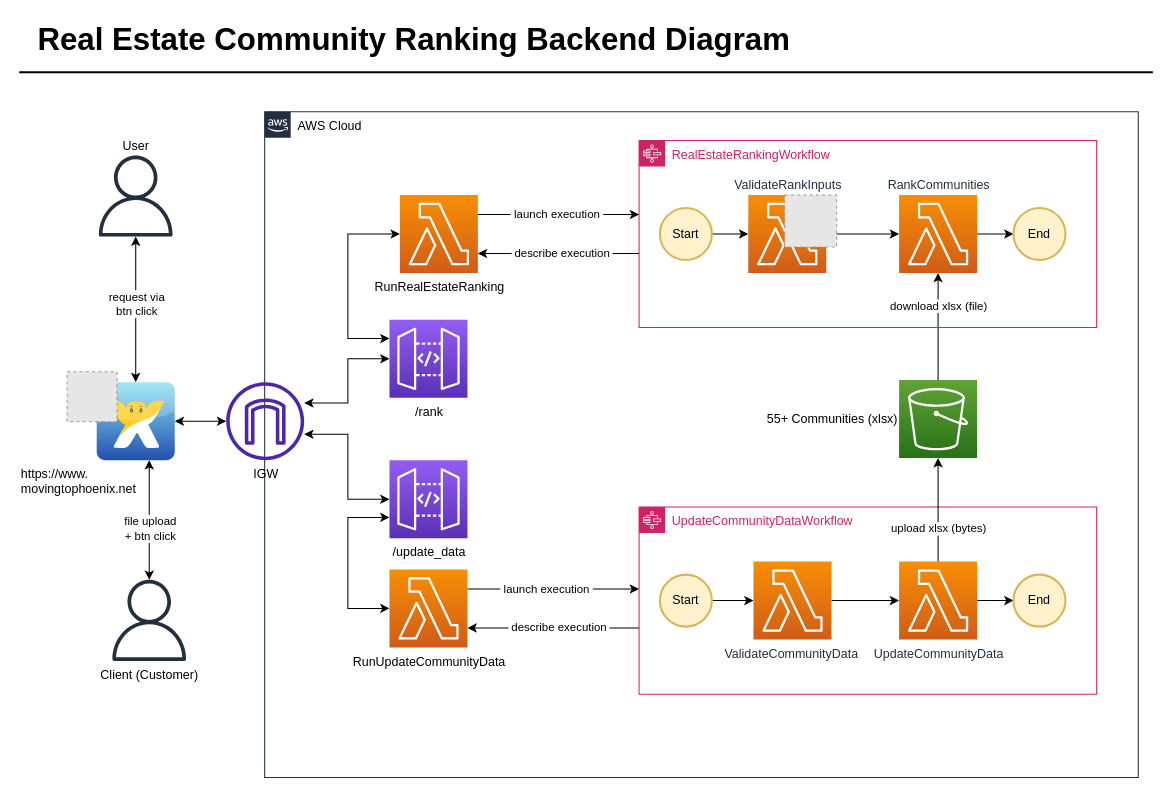
Earlier version of the draw.io diagram architecture/real-estate-community-ranking.drawio (topshelfsoftware/real-estate-community-ranking-backend). Source tidied: cells renumbered, new cells numbered last; positions are measured from the earlier drawing's top-left corner, leaving out a move shared by most shapes. Both pictures are drawn from the tidied source at 104%, with x=0, y=0 at pixel (19, 18). Pictures stored in the file or linked from it are replaced by grey dashed boxes.
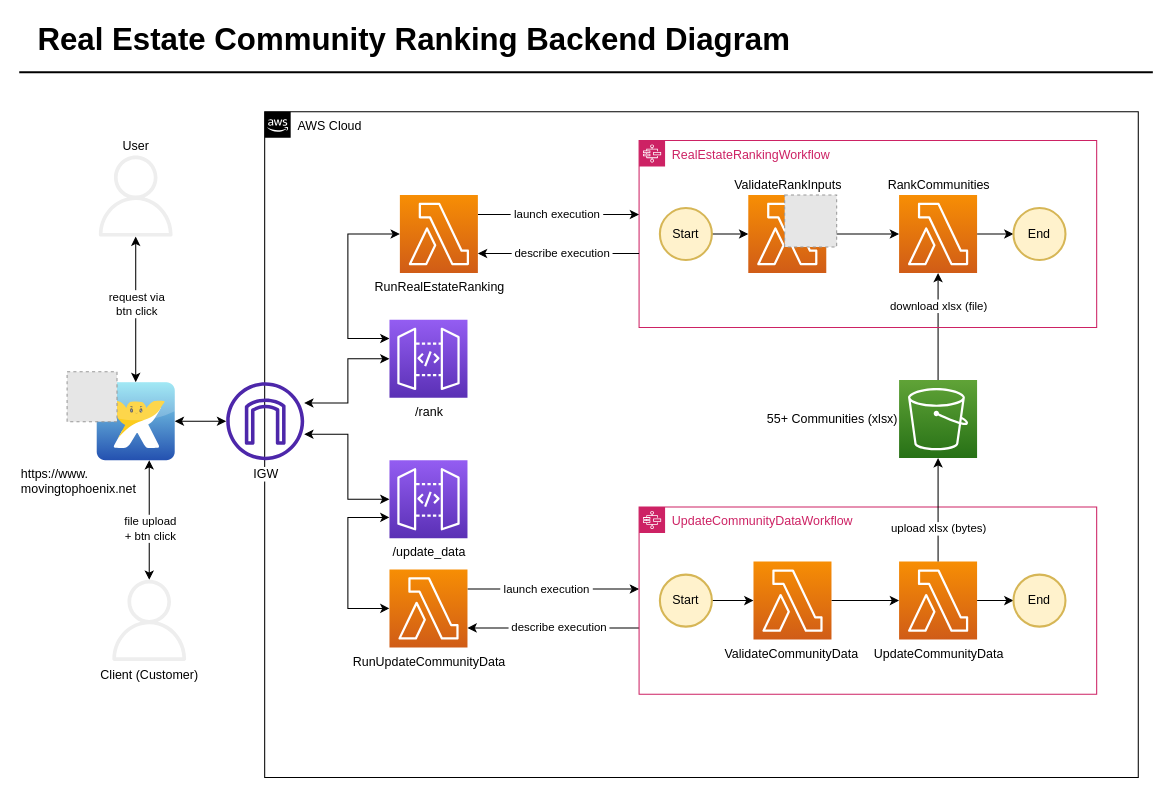
After the change.

The change refers to these unchanged cells:
```xml
<mxCell id="13" value="RealEstateRankingWorkflow" style="points=[[0,0],[0.25,0],[0.5,0],[0.75,0],[1,0],[1,0.25],[1,0.5],[1,0.75],[1,1],[0.75,1],[0.5,1],[0.25,1],[0,1],[0,0.75],[0,0.5],[0,0.25]];outlineConnect=0;gradientColor=none;html=1;whiteSpace=wrap;fontSize=12;fontStyle=0;shape=mxgraph.aws4.group;grIcon=mxgraph.aws4.group_aws_step_functions_workflow;strokeColor=#CD2264;fillColor=none;verticalAlign=top;align=left;spacingLeft=30;fontColor=#CD2264;dashed=0;" parent="2" vertex="1">
  <mxGeometry x="360" y="27.5" width="440" height="180" as="geometry" />
</mxCell>
<mxCell id="29" value="UpdateCommunityDataWorkflow" style="points=[[0,0],[0.25,0],[0.5,0],[0.75,0],[1,0],[1,0.25],[1,0.5],[1,0.75],[1,1],[0.75,1],[0.5,1],[0.25,1],[0,1],[0,0.75],[0,0.5],[0,0.25]];outlineConnect=0;gradientColor=none;html=1;whiteSpace=wrap;fontSize=12;fontStyle=0;shape=mxgraph.aws4.group;grIcon=mxgraph.aws4.group_aws_step_functions_workflow;strokeColor=#CD2264;fillColor=none;verticalAlign=top;align=left;spacingLeft=30;fontColor=#CD2264;dashed=0;" parent="2" vertex="1">
  <mxGeometry x="360" y="380" width="440" height="180" as="geometry" />
</mxCell>
```

The edit, as a diff of the source:
```diff
@@
-    <mxCell id="2" value="AWS Cloud" style="gradientColor=none;html=1;whiteSpace=wrap;shape=mxgraph.aws4.group;grIcon=mxgraph.aws4.group_aws_cloud_alt;strokeColor=#232F3E;fillColor=none;verticalAlign=top;align=left;spacingLeft=30;dashed=0;" parent="1" vertex="1">
+    <mxCell id="2" value="AWS Cloud" style="html=1;whiteSpace=wrap;shape=mxgraph.aws4.group;grIcon=mxgraph.aws4.group_aws_cloud_alt;fillColor=none;verticalAlign=top;align=left;spacingLeft=30;dashed=0;" parent="1" vertex="1">
       <mxGeometry x="236" y="90" width="840" height="640" as="geometry" />
     </mxCell>
@@
-    <mxCell id="15" value="&lt;span style=&quot;background-color: rgb(255, 255, 255);&quot;&gt;&amp;nbsp;RankCommunities&amp;nbsp;&lt;/span&gt;" style="sketch=0;points=[[0,0,0],[0.25,0,0],[0.5,0,0],[0.75,0,0],[1,0,0],[0,1,0],[0.25,1,0],[0.5,1,0],[0.75,1,0],[1,1,0],[0,0.25,0],[0,0.5,0],[0,0.75,0],[1,0.25,0],[1,0.5,0],[1,0.75,0]];outlineConnect=0;fontColor=#232F3E;gradientColor=#F78E04;gradientDirection=north;fillColor=#D05C17;strokeColor=#ffffff;dashed=0;verticalLabelPosition=top;verticalAlign=bottom;align=center;html=1;fontSize=12;fontStyle=0;shape=mxgraph.aws4.resourceIcon;resIcon=mxgraph.aws4.lambda;labelPosition=center;" parent="13" vertex="1">
+    <mxCell id="15" value="&lt;span style=&quot;&quot;&gt;&amp;nbsp;RankCommunities&amp;nbsp;&lt;/span&gt;" style="sketch=0;points=[[0,0,0],[0.25,0,0],[0.5,0,0],[0.75,0,0],[1,0,0],[0,1,0],[0.25,1,0],[0.5,1,0],[0.75,1,0],[1,1,0],[0,0.25,0],[0,0.5,0],[0,0.75,0],[1,0.25,0],[1,0.5,0],[1,0.75,0]];outlineConnect=0;fontColor=default;gradientColor=#F78E04;gradientDirection=north;fillColor=#D05C17;strokeColor=#ffffff;dashed=0;verticalLabelPosition=top;verticalAlign=bottom;align=center;html=1;fontSize=12;fontStyle=0;shape=mxgraph.aws4.resourceIcon;resIcon=mxgraph.aws4.lambda;labelPosition=center;labelBackgroundColor=none;" parent="13" vertex="1">
       <mxGeometry x="250" y="52.5" width="75" height="75" as="geometry" />
     </mxCell>
@@
-    <mxCell id="20" value="&lt;span style=&quot;background-color: rgb(255, 255, 255);&quot;&gt;&amp;nbsp;ValidateRankInputs&amp;nbsp;&lt;/span&gt;" style="sketch=0;points=[[0,0,0],[0.25,0,0],[0.5,0,0],[0.75,0,0],[1,0,0],[0,1,0],[0.25,1,0],[0.5,1,0],[0.75,1,0],[1,1,0],[0,0.25,0],[0,0.5,0],[0,0.75,0],[1,0.25,0],[1,0.5,0],[1,0.75,0]];outlineConnect=0;fontColor=#232F3E;gradientColor=#F78E04;gradientDirection=north;fillColor=#D05C17;strokeColor=#ffffff;dashed=0;verticalLabelPosition=top;verticalAlign=bottom;align=center;html=1;fontSize=12;fontStyle=0;shape=mxgraph.aws4.resourceIcon;resIcon=mxgraph.aws4.lambda;labelPosition=center;" parent="13" vertex="1">
+    <mxCell id="20" value="&lt;span style=&quot;&quot;&gt;&amp;nbsp;ValidateRankInputs&amp;nbsp;&lt;/span&gt;" style="sketch=0;points=[[0,0,0],[0.25,0,0],[0.5,0,0],[0.75,0,0],[1,0,0],[0,1,0],[0.25,1,0],[0.5,1,0],[0.75,1,0],[1,1,0],[0,0.25,0],[0,0.5,0],[0,0.75,0],[1,0.25,0],[1,0.5,0],[1,0.75,0]];outlineConnect=0;fontColor=default;gradientColor=#F78E04;gradientDirection=north;fillColor=#D05C17;strokeColor=#ffffff;dashed=0;verticalLabelPosition=top;verticalAlign=bottom;align=center;html=1;fontSize=12;fontStyle=0;shape=mxgraph.aws4.resourceIcon;resIcon=mxgraph.aws4.lambda;labelPosition=center;labelBackgroundColor=none;" parent="13" vertex="1">
       <mxGeometry x="105" y="52.5" width="75" height="75" as="geometry" />
     </mxCell>
@@
-    <mxCell id="31" value="&lt;span style=&quot;background-color: rgb(255, 255, 255);&quot;&gt;&amp;nbsp;UpdateCommunityData&amp;nbsp;&lt;/span&gt;" style="sketch=0;points=[[0,0,0],[0.25,0,0],[0.5,0,0],[0.75,0,0],[1,0,0],[0,1,0],[0.25,1,0],[0.5,1,0],[0.75,1,0],[1,1,0],[0,0.25,0],[0,0.5,0],[0,0.75,0],[1,0.25,0],[1,0.5,0],[1,0.75,0]];outlineConnect=0;fontColor=#232F3E;gradientColor=#F78E04;gradientDirection=north;fillColor=#D05C17;strokeColor=#ffffff;dashed=0;verticalLabelPosition=bottom;verticalAlign=top;align=center;html=1;fontSize=12;fontStyle=0;shape=mxgraph.aws4.resourceIcon;resIcon=mxgraph.aws4.lambda;" parent="29" vertex="1">
+    <mxCell id="31" value="&lt;span style=&quot;&quot;&gt;&amp;nbsp;UpdateCommunityData&amp;nbsp;&lt;/span&gt;" style="sketch=0;points=[[0,0,0],[0.25,0,0],[0.5,0,0],[0.75,0,0],[1,0,0],[0,1,0],[0.25,1,0],[0.5,1,0],[0.75,1,0],[1,1,0],[0,0.25,0],[0,0.5,0],[0,0.75,0],[1,0.25,0],[1,0.5,0],[1,0.75,0]];outlineConnect=0;fontColor=default;gradientColor=#F78E04;gradientDirection=north;fillColor=#D05C17;strokeColor=#ffffff;dashed=0;verticalLabelPosition=bottom;verticalAlign=top;align=center;html=1;fontSize=12;fontStyle=0;shape=mxgraph.aws4.resourceIcon;resIcon=mxgraph.aws4.lambda;labelBackgroundColor=none;" parent="29" vertex="1">
       <mxGeometry x="250" y="52.5" width="75" height="75" as="geometry" />
     </mxCell>
@@
-    <mxCell id="36" value="&lt;span style=&quot;background-color: rgb(255, 255, 255);&quot;&gt;&amp;nbsp;ValidateCommunityData&amp;nbsp;&amp;nbsp;&lt;/span&gt;" style="sketch=0;points=[[0,0,0],[0.25,0,0],[0.5,0,0],[0.75,0,0],[1,0,0],[0,1,0],[0.25,1,0],[0.5,1,0],[0.75,1,0],[1,1,0],[0,0.25,0],[0,0.5,0],[0,0.75,0],[1,0.25,0],[1,0.5,0],[1,0.75,0]];outlineConnect=0;fontColor=#232F3E;gradientColor=#F78E04;gradientDirection=north;fillColor=#D05C17;strokeColor=#ffffff;dashed=0;verticalLabelPosition=bottom;verticalAlign=top;align=center;html=1;fontSize=12;fontStyle=0;shape=mxgraph.aws4.resourceIcon;resIcon=mxgraph.aws4.lambda;" parent="29" vertex="1">
+    <mxCell id="36" value="&lt;span style=&quot;&quot;&gt;&amp;nbsp;ValidateCommunityData&amp;nbsp;&amp;nbsp;&lt;/span&gt;" style="sketch=0;points=[[0,0,0],[0.25,0,0],[0.5,0,0],[0.75,0,0],[1,0,0],[0,1,0],[0.25,1,0],[0.5,1,0],[0.75,1,0],[1,1,0],[0,0.25,0],[0,0.5,0],[0,0.75,0],[1,0.25,0],[1,0.5,0],[1,0.75,0]];outlineConnect=0;fontColor=default;gradientColor=#F78E04;gradientDirection=north;fillColor=#D05C17;strokeColor=#ffffff;dashed=0;verticalLabelPosition=bottom;verticalAlign=top;align=center;html=1;fontSize=12;fontStyle=0;shape=mxgraph.aws4.resourceIcon;resIcon=mxgraph.aws4.lambda;labelBackgroundColor=none;" parent="29" vertex="1">
       <mxGeometry x="110" y="52.5" width="75" height="75" as="geometry" />
     </mxCell>
@@
-    <mxCell id="41" value="User" style="sketch=0;outlineConnect=0;gradientColor=none;fillColor=#232F3D;strokeColor=none;dashed=0;verticalLabelPosition=top;verticalAlign=bottom;align=center;html=1;shape=mxgraph.aws4.user;labelPosition=center;" parent="1" vertex="1">
+    <mxCell id="41" value="User" style="sketch=0;outlineConnect=0;fillColor=#eeeeee;strokeColor=#36393d;dashed=0;verticalLabelPosition=top;verticalAlign=bottom;align=center;html=1;shape=mxgraph.aws4.user;labelPosition=center;" parent="1" vertex="1">
       <mxGeometry x="73" y="132" width="78" height="78" as="geometry" />
     </mxCell>
@@
-    <mxCell id="49" value="IGW" style="sketch=0;outlineConnect=0;gradientColor=none;fillColor=#4D27AA;strokeColor=none;dashed=0;verticalLabelPosition=bottom;verticalAlign=top;align=center;html=1;shape=mxgraph.aws4.internet_gateway;" parent="1" vertex="1">
+    <mxCell id="49" value="IGW" style="sketch=0;outlineConnect=0;gradientColor=none;fillColor=#4D27AA;strokeColor=none;dashed=0;verticalLabelPosition=bottom;verticalAlign=top;align=center;html=1;shape=mxgraph.aws4.internet_gateway;labelBackgroundColor=default;" parent="1" vertex="1">
       <mxGeometry x="199" y="350" width="75" height="75" as="geometry" />
     </mxCell>
@@
-    <mxCell id="52" value="Client (Customer)" style="sketch=0;outlineConnect=0;gradientColor=none;fillColor=#232F3D;strokeColor=none;dashed=0;verticalLabelPosition=bottom;verticalAlign=top;align=center;html=1;shape=mxgraph.aws4.user;labelPosition=center;" parent="1" vertex="1">
+    <mxCell id="52" value="Client (Customer)" style="sketch=0;outlineConnect=0;fillColor=#eeeeee;strokeColor=#36393d;dashed=0;verticalLabelPosition=bottom;verticalAlign=top;align=center;html=1;shape=mxgraph.aws4.user;labelPosition=center;" parent="1" vertex="1">
       <mxGeometry x="86" y="540" width="78" height="78" as="geometry" />
     </mxCell>
```
